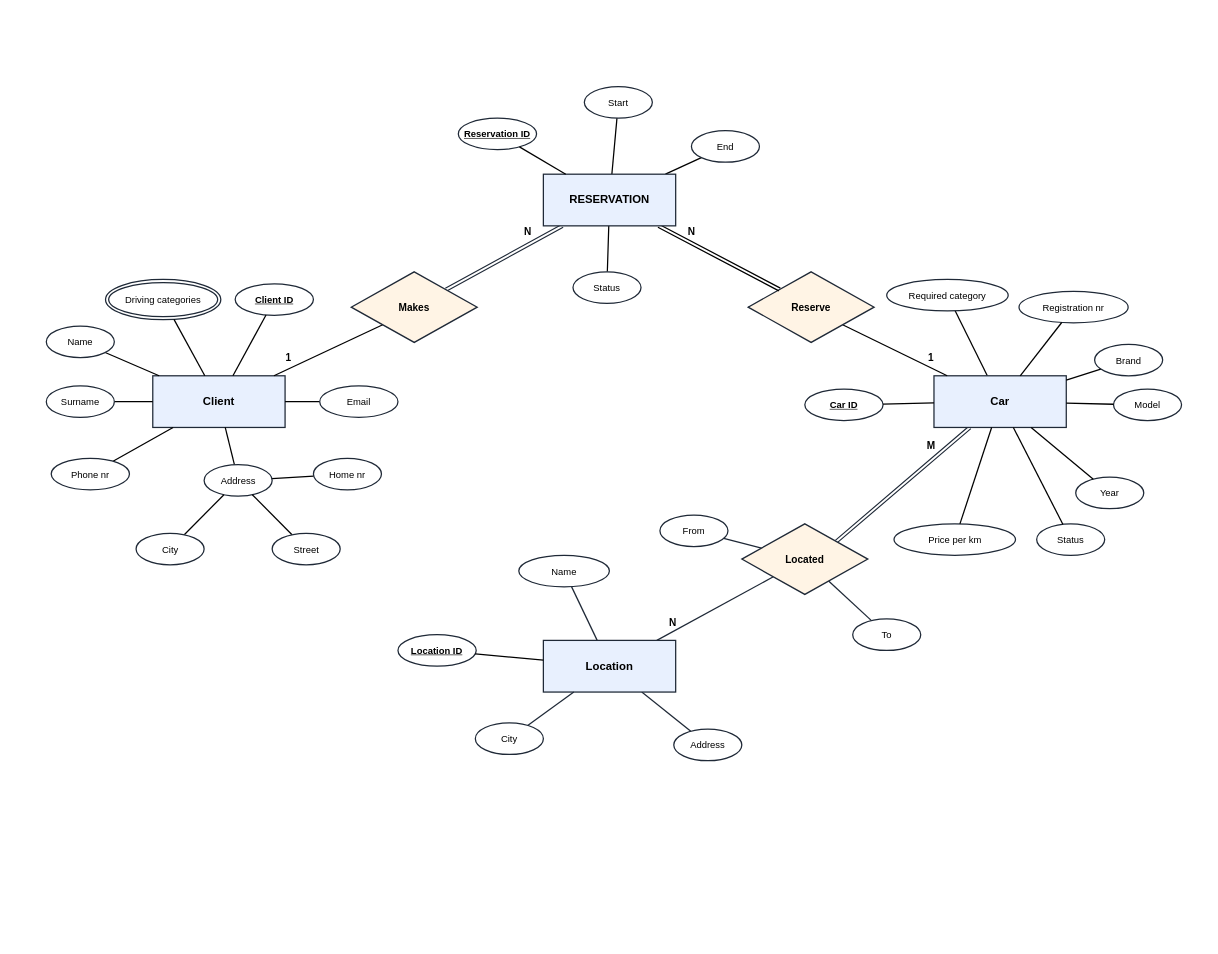
Above: 2/docs/er-model.drawio in Makar1y/DBMS (draw.io), before the change. Source tidied: cells renumbered, new cells numbered last; positions are measured from the earlier drawing's top-left corner, leaving out a move shared by most shapes. Both pictures are drawn from the tidied source at 63%, with x=0, y=0 at pixel (11, 11).
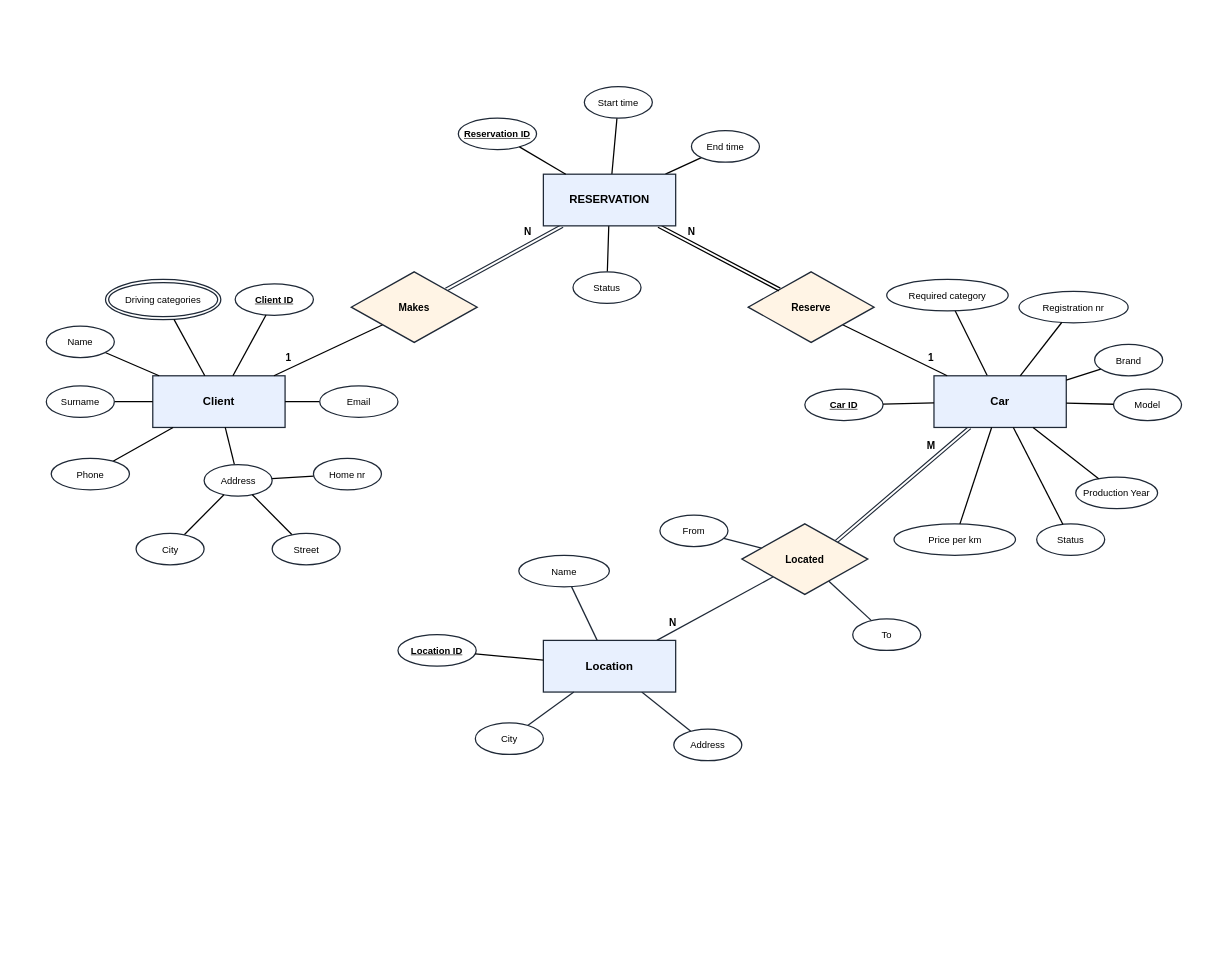
The same page after the edit.

What changed in the source:
```diff
@@
-    <mxCell id="24" value="Phone nr" style="ellipse;whiteSpace=wrap;html=1;fillColor=#ffffff;strokeColor=#1f2937;strokeWidth=2;fontSize=15;align=center;verticalAlign=middle;fontStyle=0;" parent="1" vertex="1">
+    <mxCell id="24" value="Phone" style="ellipse;whiteSpace=wrap;html=1;fillColor=#ffffff;strokeColor=#1f2937;strokeWidth=2;fontSize=15;align=center;verticalAlign=middle;fontStyle=0;" parent="1" vertex="1">
       <mxGeometry x="63.8" y="710" width="124.2" height="50" as="geometry" />
     </mxCell>
@@
-    <mxCell id="34" value="Start" style="ellipse;whiteSpace=wrap;html=1;fillColor=#ffffff;strokeColor=#1f2937;strokeWidth=2;fontSize=15;align=center;verticalAlign=middle;fontStyle=0;" parent="1" vertex="1">
+    <mxCell id="34" value="Start time" style="ellipse;whiteSpace=wrap;html=1;fillColor=#ffffff;strokeColor=#1f2937;strokeWidth=2;fontSize=15;align=center;verticalAlign=middle;fontStyle=0;" parent="1" vertex="1">
       <mxGeometry x="910" y="120" width="108" height="50" as="geometry" />
     </mxCell>
@@
-    <mxCell id="36" value="End" style="ellipse;whiteSpace=wrap;html=1;fillColor=#ffffff;strokeColor=#1f2937;strokeWidth=2;fontSize=15;align=center;verticalAlign=middle;fontStyle=0;" parent="1" vertex="1">
+    <mxCell id="36" value="End time" style="ellipse;whiteSpace=wrap;html=1;fillColor=#ffffff;strokeColor=#1f2937;strokeWidth=2;fontSize=15;align=center;verticalAlign=middle;fontStyle=0;" parent="1" vertex="1">
       <mxGeometry x="1080" y="190" width="108" height="50" as="geometry" />
     </mxCell>
@@
-    <mxCell id="42" value="Year" style="ellipse;whiteSpace=wrap;html=1;fillColor=#ffffff;strokeColor=#1f2937;strokeWidth=2;fontSize=15;align=center;verticalAlign=middle;fontStyle=0;" parent="1" vertex="1">
-      <mxGeometry x="1690" y="740" width="108" height="50" as="geometry" />
+    <mxCell id="42" value="Production Year" style="ellipse;whiteSpace=wrap;html=1;fillColor=#ffffff;strokeColor=#1f2937;strokeWidth=2;fontSize=15;align=center;verticalAlign=middle;fontStyle=0;" parent="1" vertex="1">
+      <mxGeometry x="1690" y="740" width="130" height="50" as="geometry" />
     </mxCell>
```
